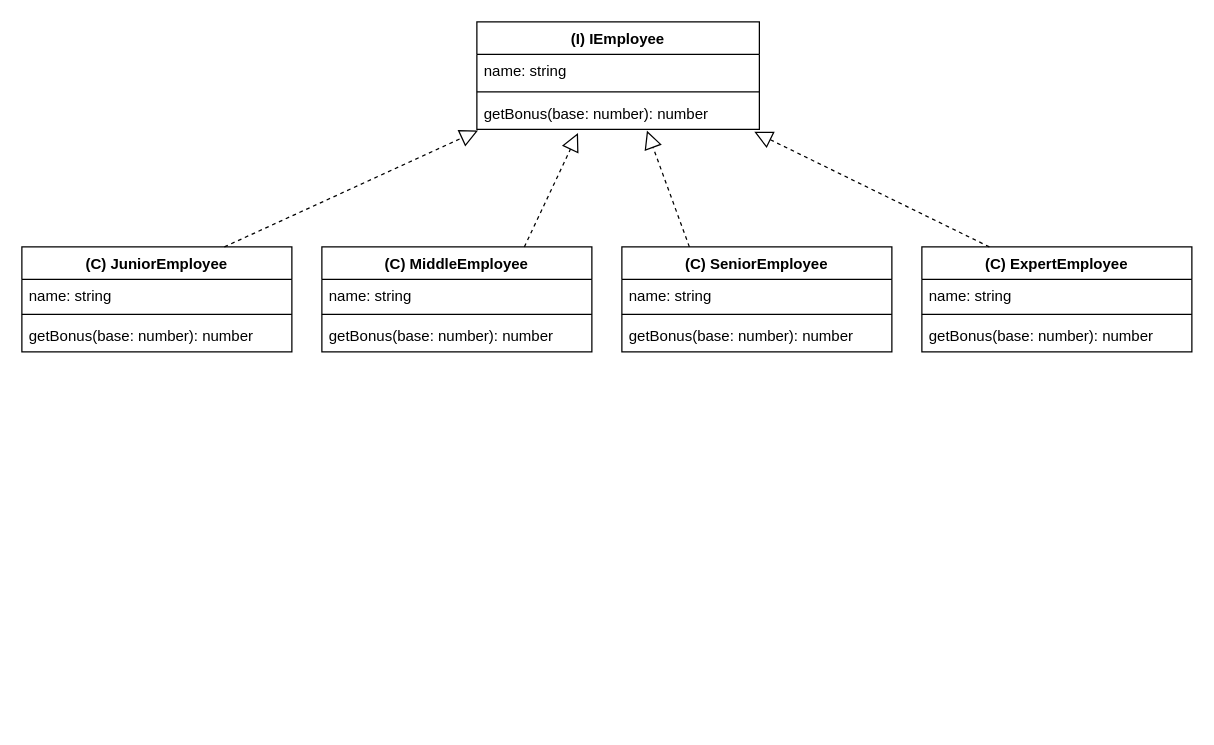
Earlier version of the draw.io diagram 03-SOLID原則/オープンクローズド原則/goodExample.drawio (bamboo-house/Good-Code). Source tidied: cells renumbered, new cells numbered last; positions are measured from the earlier drawing's top-left corner, leaving out a move shared by most shapes. Both pictures are drawn from the tidied source at 125%, with x=0, y=0 at pixel (21, 21).
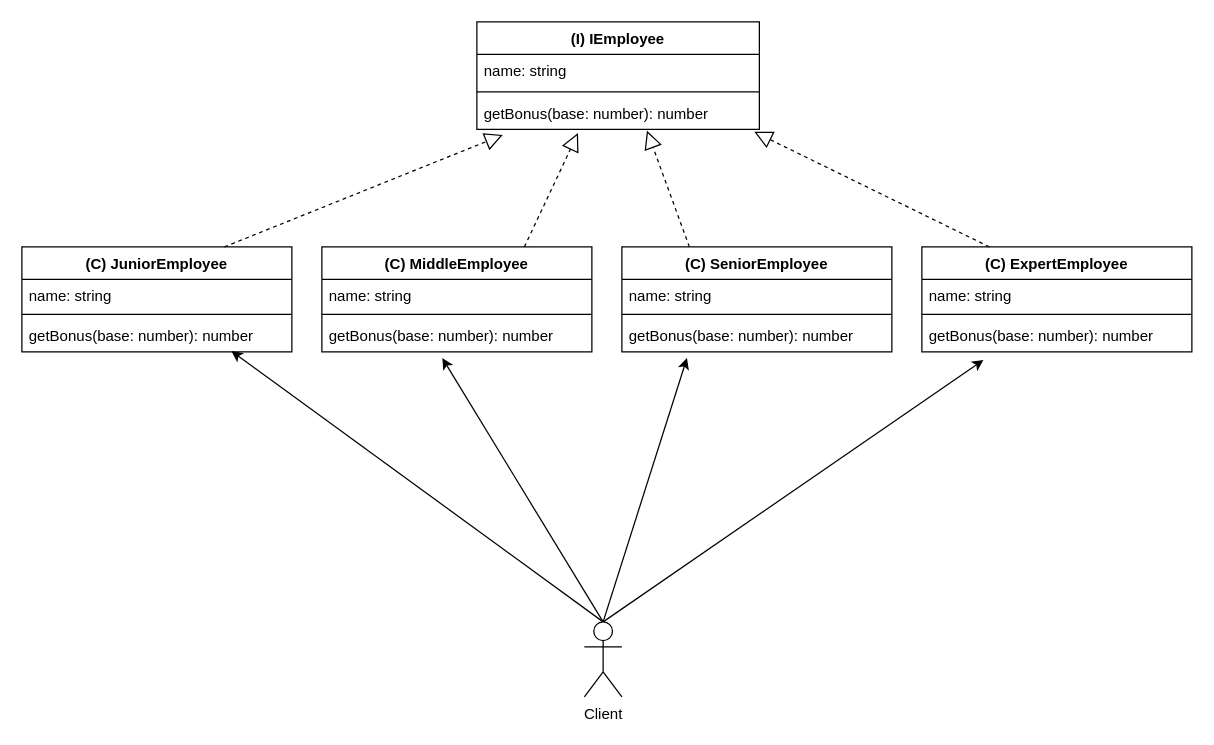
The same diagram, later.

Unchanged cells that the change refers to:
```xml
<mxCell id="5" value="getBonus(base: number): number" style="text;strokeColor=none;fillColor=none;align=left;verticalAlign=top;spacingLeft=4;spacingRight=4;overflow=hidden;points=[[0,0.5],[1,0.5]];portConstraint=eastwest;" parent="2" vertex="1">
  <mxGeometry y="60" width="226" height="26" as="geometry" />
</mxCell>
<mxCell id="6" value="(C) JuniorEmployee" style="swimlane;fontStyle=1;align=center;verticalAlign=top;horizontal=1;startSize=26;" parent="1" vertex="1">
  <mxGeometry y="180" width="216" height="84" as="geometry" />
</mxCell>
<mxCell id="9" value="getBonus(base: number): number" style="text;strokeColor=none;fillColor=none;align=left;verticalAlign=top;spacingLeft=4;spacingRight=4;overflow=hidden;points=[[0,0.5],[1,0.5]];portConstraint=eastwest;" parent="6" vertex="1">
  <mxGeometry y="58" width="216" height="26" as="geometry" />
</mxCell>
<mxCell id="13" value="getBonus(base: number): number" style="text;strokeColor=none;fillColor=none;align=left;verticalAlign=top;spacingLeft=4;spacingRight=4;overflow=hidden;points=[[0,0.5],[1,0.5]];portConstraint=eastwest;" parent="10" vertex="1">
  <mxGeometry y="58" width="216" height="26" as="geometry" />
</mxCell>
<mxCell id="17" value="getBonus(base: number): number" style="text;strokeColor=none;fillColor=none;align=left;verticalAlign=top;spacingLeft=4;spacingRight=4;overflow=hidden;points=[[0,0.5],[1,0.5]];portConstraint=eastwest;" parent="14" vertex="1">
  <mxGeometry y="58" width="216" height="26" as="geometry" />
</mxCell>
<mxCell id="21" value="getBonus(base: number): number" style="text;strokeColor=none;fillColor=none;align=left;verticalAlign=top;spacingLeft=4;spacingRight=4;overflow=hidden;points=[[0,0.5],[1,0.5]];portConstraint=eastwest;" parent="18" vertex="1">
  <mxGeometry y="58" width="216" height="26" as="geometry" />
</mxCell>
```

What changed in the source:
```diff
@@
-    <mxCell id="22" style="endArrow=block;dashed=1;endFill=0;endSize=12;html=1;exitX=0.75;exitY=0;exitDx=0;exitDy=0;entryX=0.004;entryY=1.038;entryDx=0;entryDy=0;entryPerimeter=0;" parent="1" edge="1" source="6" target="5">
+    <mxCell id="22" style="endArrow=block;dashed=1;endFill=0;endSize=12;html=1;exitX=0.75;exitY=0;exitDx=0;exitDy=0;entryX=0.092;entryY=1.17;entryDx=0;entryDy=0;entryPerimeter=0;" parent="1" edge="1" source="6" target="5">
       <mxGeometry relative="1" as="geometry" />
     </mxCell>
@@
+    <mxCell id="26" style="edgeStyle=none;html=1;exitX=0.5;exitY=0;exitDx=0;exitDy=0;exitPerimeter=0;entryX=0.228;entryY=1.247;entryDx=0;entryDy=0;entryPerimeter=0;" parent="1" edge="1" source="30" target="13">
+      <mxGeometry relative="1" as="geometry" />
+    </mxCell>
+    <mxCell id="27" style="edgeStyle=none;html=1;exitX=0.5;exitY=0;exitDx=0;exitDy=0;exitPerimeter=0;entryX=0.241;entryY=1.192;entryDx=0;entryDy=0;entryPerimeter=0;" parent="1" edge="1" source="30" target="17">
+      <mxGeometry relative="1" as="geometry" />
+    </mxCell>
+    <mxCell id="28" style="edgeStyle=none;html=1;exitX=0.5;exitY=0;exitDx=0;exitDy=0;exitPerimeter=0;entryX=0.446;entryY=1.192;entryDx=0;entryDy=0;entryPerimeter=0;" parent="1" edge="1" source="30" target="21">
+      <mxGeometry relative="1" as="geometry" />
+    </mxCell>
+    <mxCell id="29" style="edgeStyle=none;html=1;exitX=0.5;exitY=0;exitDx=0;exitDy=0;exitPerimeter=0;entryX=0.776;entryY=0.973;entryDx=0;entryDy=0;entryPerimeter=0;" parent="1" edge="1" source="30" target="9">
+      <mxGeometry relative="1" as="geometry" />
+    </mxCell>
+    <mxCell id="30" value="Client" style="shape=umlActor;verticalLabelPosition=bottom;verticalAlign=top;html=1;outlineConnect=0;" parent="1" vertex="1">
+      <mxGeometry x="450" y="480" width="30" height="60" as="geometry" />
+    </mxCell>
```
